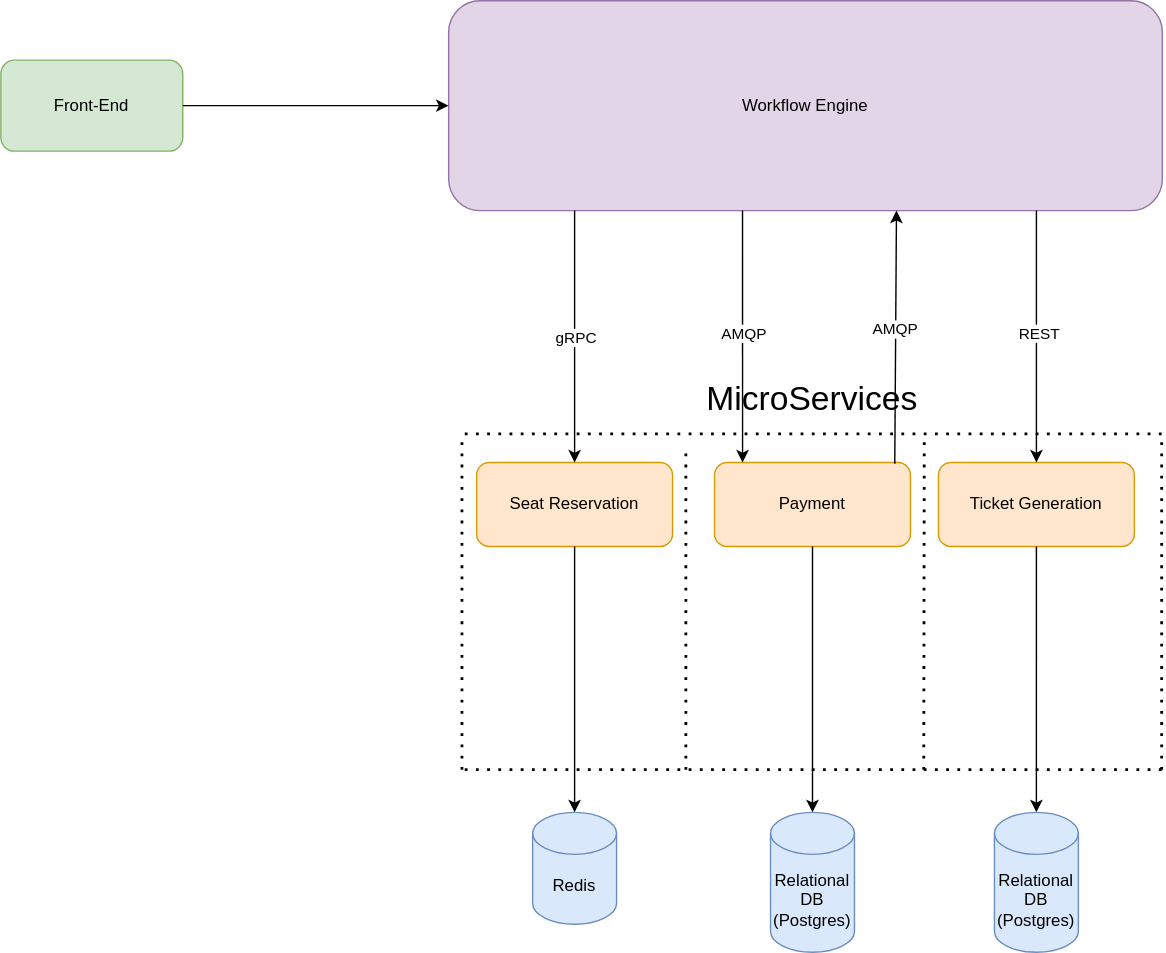
The draw.io diagram high-level diagram 2.0.drawio.svg in Niteshns/cloud-booking-system, before a commit. Source tidied: cells renumbered, new cells last; positions are measured from the earlier drawing's top-left corner, leaving out a move shared by most shapes.
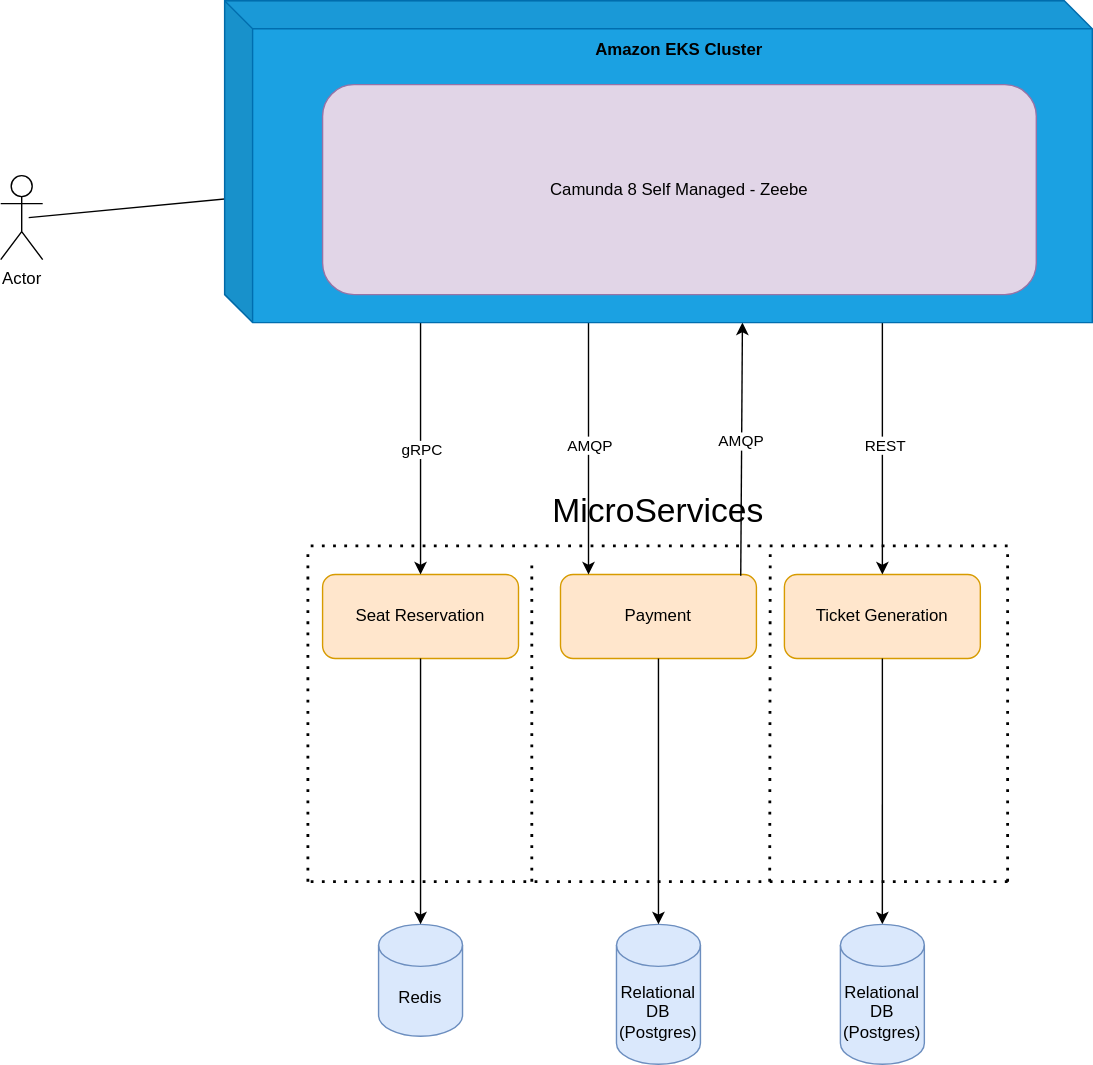
After the commit.

The edit, as a diff of the source:
```diff
@@ -59,9 +59,6 @@
     <mxCell id="14" value="Relational DB&lt;br&gt;(Postgres)" style="shape=cylinder3;whiteSpace=wrap;html=1;boundedLbl=1;backgroundOutline=1;size=15;fillColor=#dae8fc;strokeColor=#6c8ebf;" parent="1" vertex="1">
       <mxGeometry x="710" y="580" width="60" height="100" as="geometry" />
     </mxCell>
-    <mxCell id="15" value="Workflow Engine" style="rounded=1;whiteSpace=wrap;html=1;fillColor=#e1d5e7;strokeColor=#9673a6;" parent="1" vertex="1">
-      <mxGeometry x="320" width="510" height="150" as="geometry" />
-    </mxCell>
     <mxCell id="16" style="endArrow=none;dashed=1;html=1;dashPattern=1 3;strokeWidth=2;rounded=0;" parent="1" edge="1">
       <mxGeometry relative="1" as="geometry">
         <mxPoint x="490" y="550" as="sourcePoint" />
@@ -110,11 +107,22 @@
     <mxCell id="26" value="&lt;font style=&quot;font-size: 24px;&quot;&gt;MicroServices&lt;/font&gt;" style="text;html=1;whiteSpace=wrap;strokeColor=none;fillColor=none;align=center;verticalAlign=middle;rounded=0;" parent="1" vertex="1">
       <mxGeometry x="485" y="260" width="190" height="50" as="geometry" />
     </mxCell>
-    <mxCell id="27" value="Front-End" style="rounded=1;whiteSpace=wrap;html=1;fillColor=#d5e8d4;strokeColor=#82b366;" parent="1" vertex="1">
-      <mxGeometry y="42.5" width="130" height="65" as="geometry" />
-    </mxCell>
-    <mxCell id="28" style="endArrow=classic;html=1;rounded=0;exitX=1;exitY=0.5;exitDx=0;exitDy=0;entryX=0;entryY=0.5;entryDx=0;entryDy=0;" parent="1" edge="1" source="27" target="15">
-      <mxGeometry relative="1" as="geometry" />
+    <mxCell id="28" style="endArrow=classic;html=1;rounded=0;exitX=1;exitY=0.5;exitDx=0;exitDy=0;entryX=0;entryY=0.5;entryDx=0;entryDy=0;" parent="1" edge="1" target="15">
+      <mxGeometry relative="1" as="geometry">
+        <mxPoint x="130" y="75" as="sourcePoint" />
+      </mxGeometry>
     </mxCell>
+    <mxCell id="29" value="Actor" style="shape=umlActor;verticalLabelPosition=bottom;verticalAlign=top;html=1;" parent="1" vertex="1">
+      <mxGeometry x="110" y="45" width="30" height="60" as="geometry" />
+    </mxCell>
+    <mxCell id="30" style="shape=cube;whiteSpace=wrap;html=1;boundedLbl=1;backgroundOutline=1;darkOpacity=0.05;darkOpacity2=0.1;fillColor=#1ba1e2;fontColor=#ffffff;strokeColor=#006EAF;" parent="1" vertex="1">
+      <mxGeometry x="270" y="-80" width="620" height="230" as="geometry" />
+    </mxCell>
+    <mxCell id="15" value="Camunda 8 Self Managed - Zeebe" style="rounded=1;whiteSpace=wrap;html=1;fillColor=#e1d5e7;strokeColor=#9673a6;" parent="1" vertex="1">
+      <mxGeometry x="340" y="-20" width="510" height="150" as="geometry" />
+    </mxCell>
+    <mxCell id="31" value="&lt;b&gt;Amazon EKS Cluster&lt;/b&gt;" style="text;html=1;whiteSpace=wrap;strokeColor=none;fillColor=none;align=center;verticalAlign=middle;rounded=0;" parent="1" vertex="1">
+      <mxGeometry x="495" y="-60" width="200" height="30" as="geometry" />
+    </mxCell>
   </root>
 </mxGraphModel>
```
